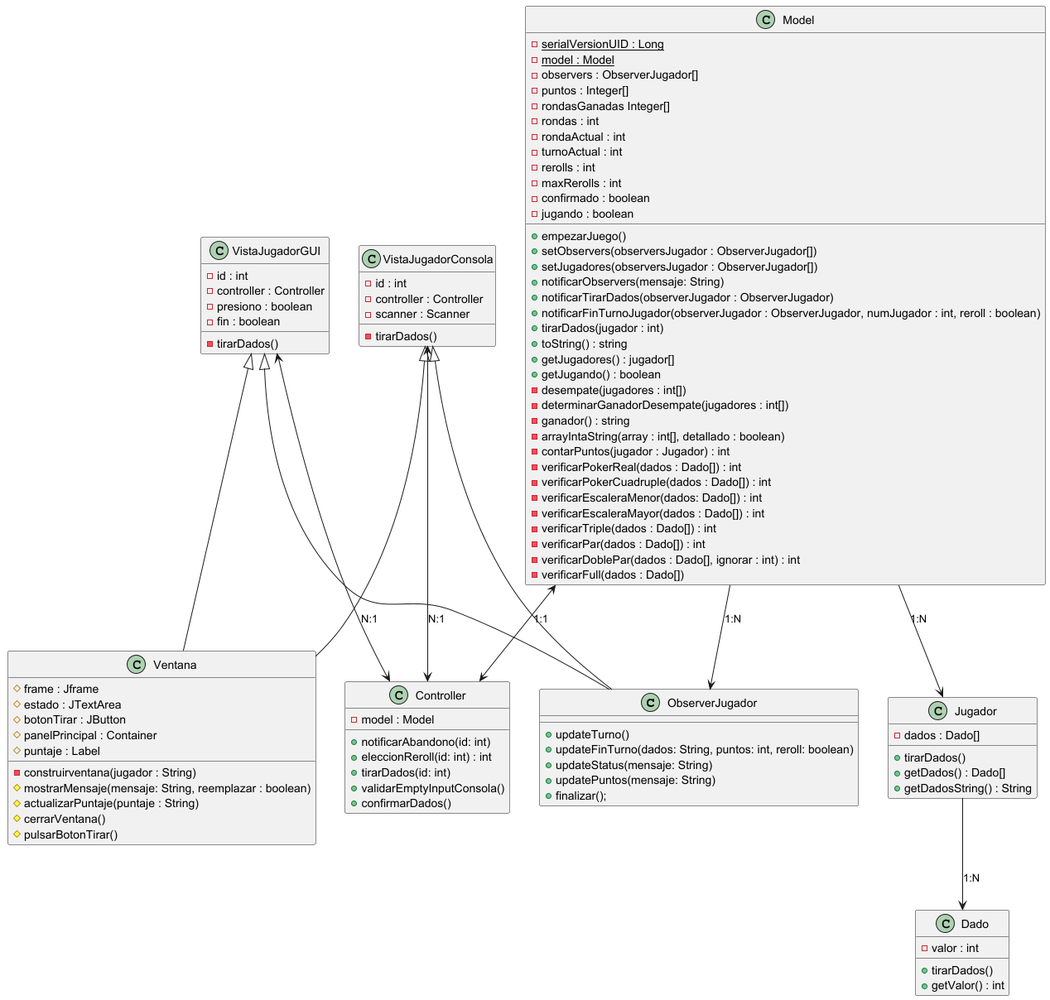
Before: src/UML.png, a diagram exported from PlantUML (olivieri321/PokerDados).
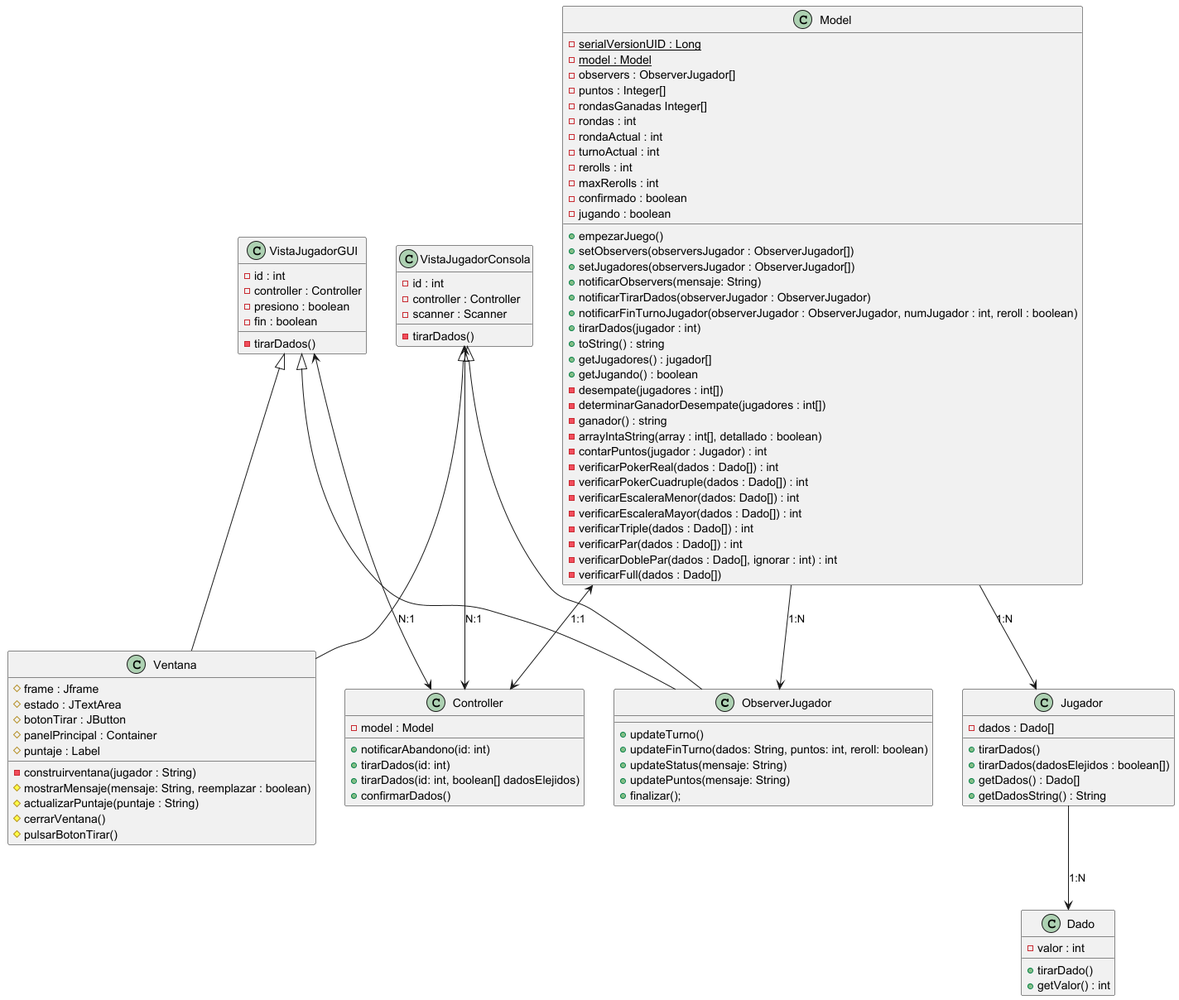
After the change.

Change to the diagram source:
```diff
@@ -43,9 +43,8 @@
     - model : Model
 
     + notificarAbandono(id: int)
-    + eleccionReroll(id: int) : int
     + tirarDados(id: int)
-    + validarEmptyInputConsola()
+    + tirarDados(id: int, boolean[] dadosElejidos)
     + confirmarDados()
 }
 
@@ -92,6 +91,7 @@
     - dados : Dado[]
 
     + tirarDados()
+    + tirarDados(dadosElejidos : boolean[])
     + getDados() : Dado[]
     + getDadosString() : String
 }
@@ -99,7 +99,7 @@
 class Dado{
     - valor : int
 
-    + tirarDados()
+    + tirarDado()
     + getValor() : int
 }
 
```
